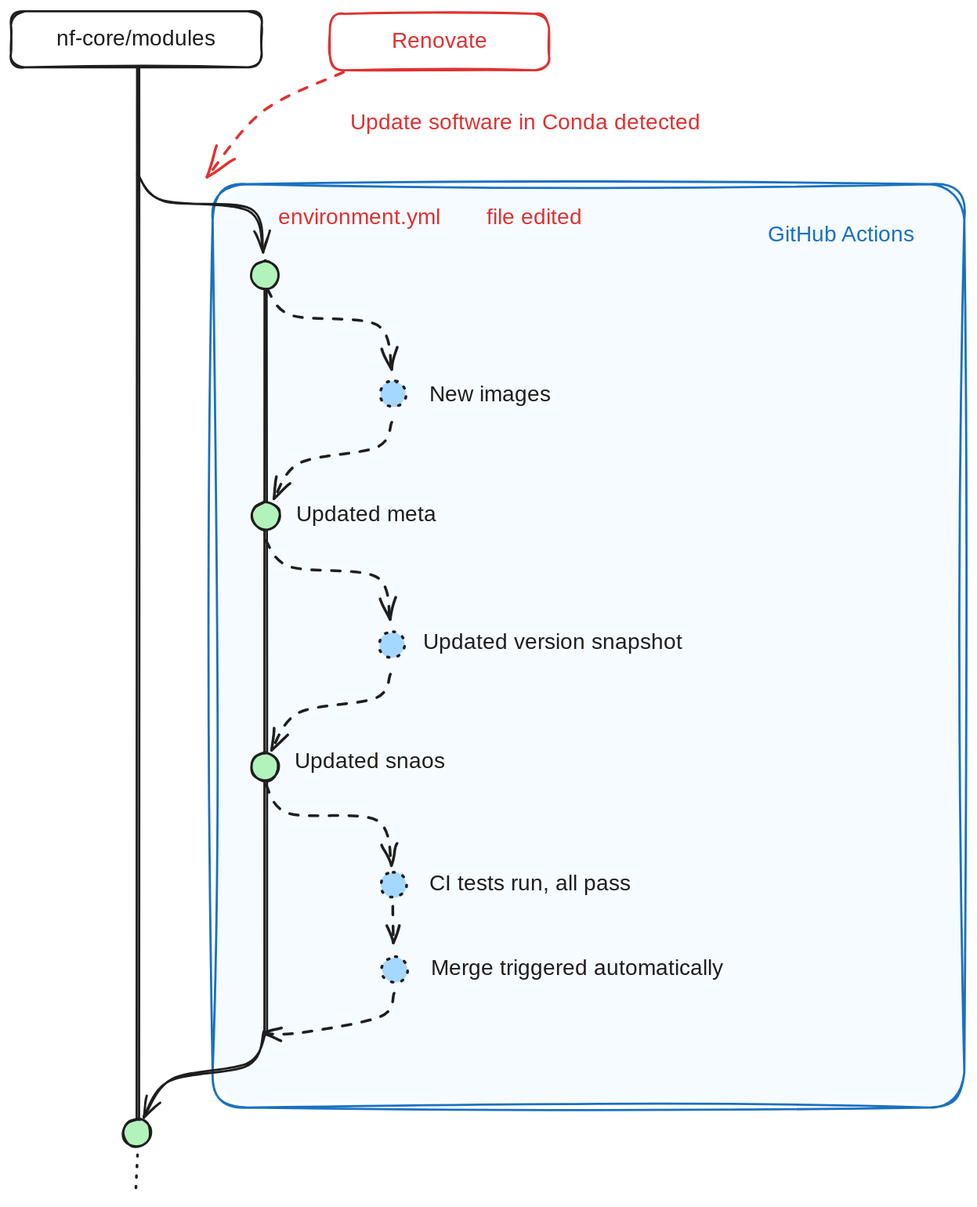
The Excalidraw diagram sites/main-site/src/assets/images/blog/seqera-containers-part-2/renovate_flow.excalidraw.svg in nf-core/website, before a commit. Source tidied: one line per element, renumbered; positions are measured from the earlier drawing's top-left corner, leaving out a move shared by most shapes.
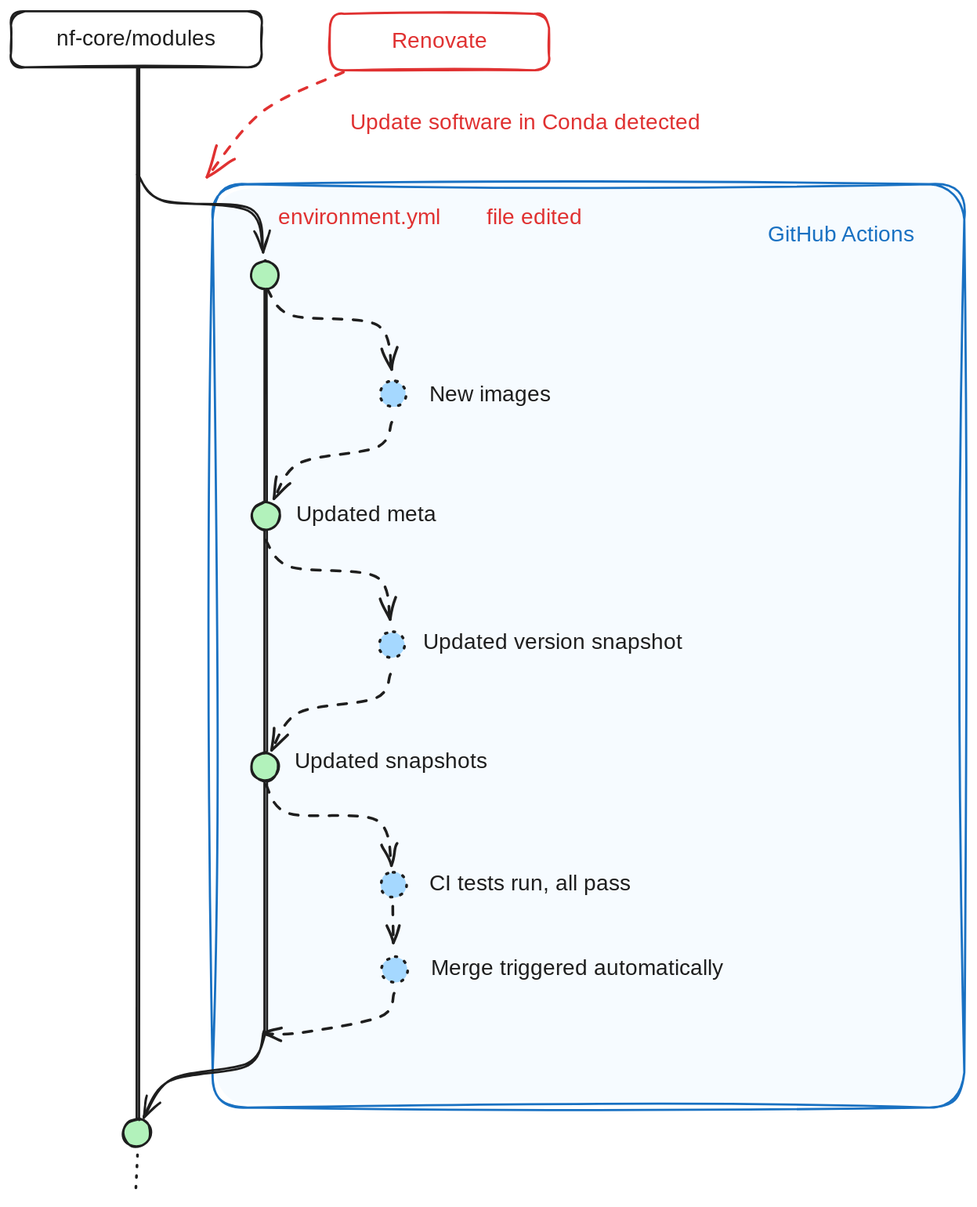
The same file after the commit.

Commit message:
Hit save on the updated renovate schematic

Change to the diagram source:
```diff
@@ -33,5 +33,5 @@
 {"id": 32, "type": "ellipse", "strokeColor": "#1e1e1e", "backgroundColor": "#b2f2bb", "fillStyle": "solid", "strokeWidth": 2, "roughness": 1, "round": true, "x": 219, "y": 676, "width": 25, "height": 25}
 {"id": 33, "type": "arrow", "strokeColor": "#1e1e1e", "backgroundColor": "#a5d8ff", "fillStyle": "solid", "strokeWidth": 2, "strokeStyle": "dashed", "roughness": 1, "endArrowhead": "arrow", "round": true, "from": 30, "to": 32, "x": 347, "y": 604, "width": 109, "height": 69, "points": [[0, 0], [-14, 22], [-85, 37], [-109, 69]]}
 {"id": 34, "type": "arrow", "strokeColor": "#1e1e1e", "backgroundColor": "#a5d8ff", "fillStyle": "solid", "strokeWidth": 2, "strokeStyle": "dashed", "roughness": 1, "endArrowhead": "arrow", "round": true, "from": 32, "to": 21, "x": 231, "y": 706, "width": 115, "height": 72, "points": [[0, 0], [23, 24], [102, 32], [115, 72]]}
-{"id": 35, "type": "text", "text": "Updated snaos", "strokeColor": "#1e1e1e", "strokeWidth": 2, "roughness": 1, "fontSize": 20, "fontFamily": 1, "x": 259, "y": 672, "width": 148, "height": 25}
+{"id": 35, "type": "text", "text": "Updated snapshots", "strokeColor": "#1e1e1e", "strokeWidth": 2, "roughness": 1, "fontSize": 20, "fontFamily": 1, "x": 259, "y": 672, "width": 190, "height": 25}
 {"id": 36, "type": "text", "text": "Updated version snapshot", "strokeColor": "#1e1e1e", "backgroundColor": "#b2f2bb", "fillStyle": "solid", "strokeWidth": 2, "roughness": 1, "fontSize": 20, "fontFamily": 1, "x": 376, "y": 563, "width": 255, "height": 25}
```
